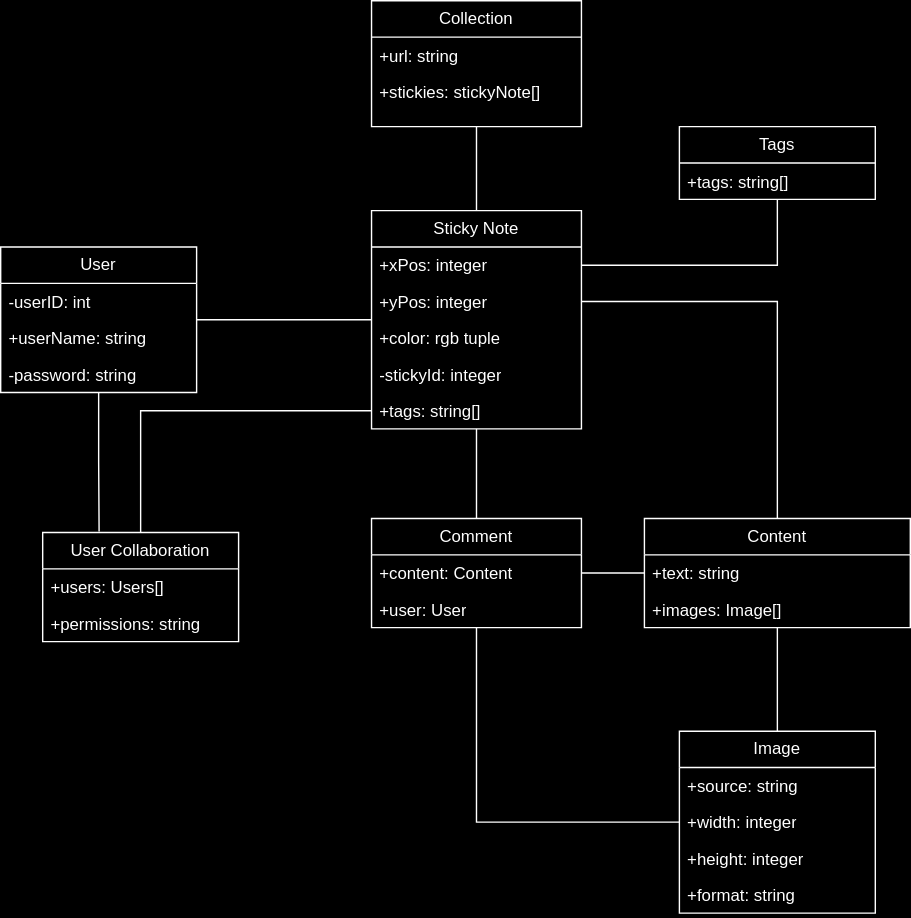
JCraghead/WebNotes keeps this draw.io diagram as markdownImages/D3classDiagram.svg. Above is the earlier version. Source tidied: cells renumbered, new cells last; positions are measured from the earlier drawing's top-left corner, leaving out a move shared by most shapes.
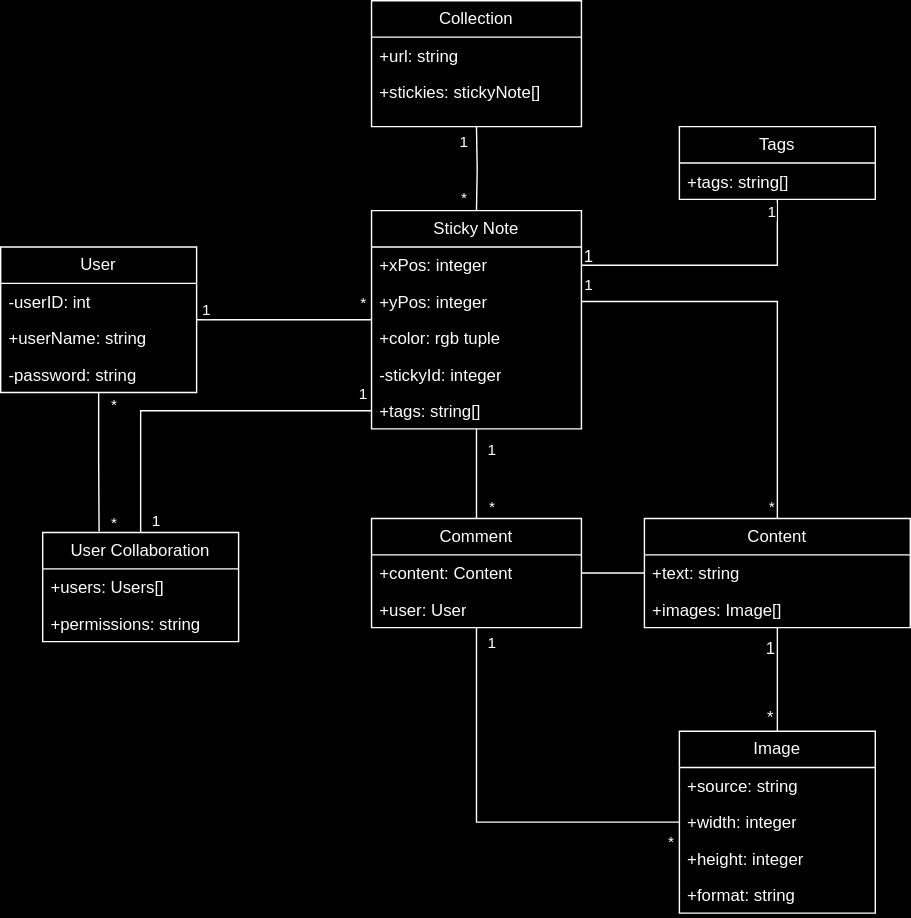
Later version of the same file.

Commit message:
Update D3 UML drawing

Change to the diagram source:
```diff
@@ -7,9 +7,29 @@
         <mxPoint x="140" y="228" as="sourcePoint" />
       </mxGeometry>
     </mxCell>
+    <mxCell id="41" value="*" style="edgeLabel;html=1;align=center;verticalAlign=middle;" parent="2" vertex="1">
+      <mxGeometry x="0.88" relative="1" as="geometry">
+        <mxPoint y="-13" as="offset" />
+      </mxGeometry>
+    </mxCell>
+    <mxCell id="42" value="1" style="edgeLabel;html=1;align=center;verticalAlign=middle;" parent="2" vertex="1">
+      <mxGeometry x="-0.9" y="2" relative="1" as="geometry">
+        <mxPoint y="-6" as="offset" />
+      </mxGeometry>
+    </mxCell>
     <mxCell id="3" style="edgeStyle=orthogonalEdgeStyle;rounded=0;jettySize=auto;html=1;entryX=0.288;entryY=-0.008;entryDx=0;entryDy=0;entryPerimeter=0;endArrow=none;endFill=0;" parent="1" edge="1" source="4" target="27">
       <mxGeometry relative="1" as="geometry" />
     </mxCell>
+    <mxCell id="43" value="*" style="edgeLabel;html=1;align=center;verticalAlign=middle;" parent="3" vertex="1">
+      <mxGeometry x="0.86" y="2" relative="1" as="geometry">
+        <mxPoint x="8" as="offset" />
+      </mxGeometry>
+    </mxCell>
+    <mxCell id="44" value="*" style="edgeLabel;html=1;align=center;verticalAlign=middle;" parent="3" vertex="1">
+      <mxGeometry x="-0.83" y="1" relative="1" as="geometry">
+        <mxPoint x="9" as="offset" />
+      </mxGeometry>
+    </mxCell>
     <mxCell id="4" value="User" style="swimlane;fontStyle=0;horizontal=1;startSize=26;fillColor=none;whiteSpace=wrap;html=1;" parent="1" vertex="1">
       <mxGeometry y="176" width="140" height="104" as="geometry" />
     </mxCell>
@@ -22,9 +42,21 @@
     <mxCell id="7" value="-password: string" style="text;strokeColor=none;fillColor=none;align=left;verticalAlign=top;spacingLeft=4;spacingRight=4;overflow=hidden;whiteSpace=wrap;html=1;" parent="4" vertex="1">
       <mxGeometry y="78" width="140" height="26" as="geometry" />
     </mxCell>
-    <mxCell id="8" style="edgeStyle=orthogonalEdgeStyle;rounded=0;jettySize=auto;html=1;entryX=0.5;entryY=0;entryDx=0;entryDy=0;endArrow=none;endFill=0;endSize=24;html=1;rounded=0;" parent="1" edge="1" source="9" target="13">
-      <mxGeometry relative="1" as="geometry" />
+    <mxCell id="8" style="edgeStyle=orthogonalEdgeStyle;rounded=0;jettySize=auto;html=1;entryX=0.5;entryY=0;entryDx=0;entryDy=0;endArrow=none;endFill=0;endSize=24;html=1;rounded=0;" parent="1" edge="1" target="13">
+      <mxGeometry relative="1" as="geometry">
+        <mxPoint x="340" y="90" as="sourcePoint" />
+      </mxGeometry>
     </mxCell>
+    <mxCell id="45" value="1" style="edgeLabel;html=1;align=center;verticalAlign=middle;" parent="8" vertex="1">
+      <mxGeometry x="-0.77" y="-2" relative="1" as="geometry">
+        <mxPoint x="-8" y="3" as="offset" />
+      </mxGeometry>
+    </mxCell>
+    <mxCell id="46" value="*" style="edgeLabel;html=1;align=center;verticalAlign=middle;" parent="8" vertex="1">
+      <mxGeometry x="0.67" y="-1" relative="1" as="geometry">
+        <mxPoint x="-9" as="offset" />
+      </mxGeometry>
+    </mxCell>
     <mxCell id="9" value="Collection" style="swimlane;fontStyle=0;horizontal=1;startSize=26;fillColor=none;whiteSpace=wrap;html=1;" parent="1" vertex="1">
       <mxGeometry x="265" width="150" height="90" as="geometry" />
     </mxCell>
@@ -37,6 +69,16 @@
     <mxCell id="12" style="edgeStyle=orthogonalEdgeStyle;rounded=0;jettySize=auto;html=1;entryX=0.5;entryY=0;entryDx=0;entryDy=0;endArrow=none;endFill=0;endSize=24;html=1;rounded=0;" parent="1" edge="1" source="13" target="24">
       <mxGeometry relative="1" as="geometry" />
     </mxCell>
+    <mxCell id="47" value="1" style="edgeLabel;html=1;align=center;verticalAlign=middle;" parent="12" vertex="1">
+      <mxGeometry x="-0.81" y="1" relative="1" as="geometry">
+        <mxPoint x="9" y="8" as="offset" />
+      </mxGeometry>
+    </mxCell>
+    <mxCell id="48" value="*" style="edgeLabel;html=1;align=center;verticalAlign=middle;" parent="12" vertex="1">
+      <mxGeometry x="0.72" y="-1" relative="1" as="geometry">
+        <mxPoint x="11" as="offset" />
+      </mxGeometry>
+    </mxCell>
     <mxCell id="13" value="Sticky Note" style="swimlane;fontStyle=0;horizontal=1;startSize=26;fillColor=none;whiteSpace=wrap;html=1;" parent="1" vertex="1">
       <mxGeometry x="265" y="150" width="150" height="156" as="geometry" />
     </mxCell>
@@ -70,6 +112,16 @@
     <mxCell id="23" style="edgeStyle=orthogonalEdgeStyle;rounded=0;jettySize=auto;html=1;entryX=0;entryY=0.5;entryDx=0;entryDy=0;endArrow=none;endFill=0;" parent="1" edge="1" source="24" target="32">
       <mxGeometry relative="1" as="geometry" />
     </mxCell>
+    <mxCell id="49" value="1" style="edgeLabel;html=1;align=center;verticalAlign=middle;" parent="23" vertex="1">
+      <mxGeometry x="-0.94" y="1" relative="1" as="geometry">
+        <mxPoint x="9" y="1" as="offset" />
+      </mxGeometry>
+    </mxCell>
+    <mxCell id="50" value="*" style="edgeLabel;html=1;align=center;verticalAlign=middle;" parent="23" vertex="1">
+      <mxGeometry x="0.95" relative="1" as="geometry">
+        <mxPoint y="13" as="offset" />
+      </mxGeometry>
+    </mxCell>
     <mxCell id="24" value="Comment" style="swimlane;fontStyle=0;horizontal=1;startSize=26;fillColor=none;whiteSpace=wrap;html=1;" parent="1" vertex="1">
       <mxGeometry x="265" y="370" width="150" height="78" as="geometry" />
     </mxCell>
@@ -112,14 +164,48 @@
     <mxCell id="37" style="edgeStyle=orthogonalEdgeStyle;rounded=0;jettySize=auto;html=1;entryX=0.5;entryY=0;entryDx=0;entryDy=0;endArrow=none;endFill=0;endSize=24;html=1;rounded=0;" parent="1" edge="1" source="15" target="20">
       <mxGeometry relative="1" as="geometry" />
     </mxCell>
+    <mxCell id="51" value="1" style="edgeLabel;html=1;align=center;verticalAlign=middle;" parent="37" vertex="1">
+      <mxGeometry x="-0.95" y="1" relative="1" as="geometry">
+        <mxPoint x="-3" y="-12" as="offset" />
+      </mxGeometry>
+    </mxCell>
+    <mxCell id="52" value="*" style="edgeLabel;html=1;align=center;verticalAlign=middle;" parent="37" vertex="1">
+      <mxGeometry x="0.96" y="-1" relative="1" as="geometry">
+        <mxPoint x="-4" y="-3" as="offset" />
+      </mxGeometry>
+    </mxCell>
     <mxCell id="38" style="edgeStyle=orthogonalEdgeStyle;rounded=0;jettySize=auto;html=1;endArrow=none;endFill=0;endSize=24;html=1;rounded=0;" parent="1" edge="1" source="14" target="35">
       <mxGeometry relative="1" as="geometry" />
     </mxCell>
+    <mxCell id="53" value="1" style="edgeLabel;html=1;align=center;verticalAlign=middle;" parent="38" vertex="1">
+      <mxGeometry x="0.9" relative="1" as="geometry">
+        <mxPoint x="-5" y="-1" as="offset" />
+      </mxGeometry>
+    </mxCell>
     <mxCell id="39" style="edgeStyle=orthogonalEdgeStyle;rounded=0;jettySize=auto;html=1;entryX=0.5;entryY=0;entryDx=0;entryDy=0;endArrow=none;endFill=0;" parent="1" edge="1" source="18" target="27">
       <mxGeometry relative="1" as="geometry" />
     </mxCell>
+    <mxCell id="54" value="1" style="edgeLabel;html=1;align=center;verticalAlign=middle;" parent="39" vertex="1">
+      <mxGeometry x="-0.94" y="-1" relative="1" as="geometry">
+        <mxPoint y="-12" as="offset" />
+      </mxGeometry>
+    </mxCell>
+    <mxCell id="55" value="1" style="edgeLabel;html=1;align=center;verticalAlign=middle;" parent="39" vertex="1">
+      <mxGeometry x="0.93" relative="1" as="geometry">
+        <mxPoint x="10" as="offset" />
+      </mxGeometry>
+    </mxCell>
     <mxCell id="40" style="edgeStyle=orthogonalEdgeStyle;rounded=0;jettySize=auto;html=1;entryX=0;entryY=0.5;entryDx=0;entryDy=0;endArrow=none;endFill=0;" parent="1" edge="1" source="25" target="21">
       <mxGeometry relative="1" as="geometry" />
     </mxCell>
+    <mxCell id="56" value="1" style="text;html=1;align=center;verticalAlign=middle;strokeColor=none;fillColor=none;" parent="1" vertex="1">
+      <mxGeometry x="405" y="168" width="30" height="30" as="geometry" />
+    </mxCell>
+    <mxCell id="57" value="1" style="text;html=1;align=center;verticalAlign=middle;strokeColor=none;fillColor=none;" parent="1" vertex="1">
+      <mxGeometry x="535" y="448" width="30" height="30" as="geometry" />
+    </mxCell>
+    <mxCell id="58" value="*" style="text;html=1;align=center;verticalAlign=middle;strokeColor=none;fillColor=none;" parent="1" vertex="1">
+      <mxGeometry x="535" y="498" width="30" height="30" as="geometry" />
+    </mxCell>
   </root>
 </mxGraphModel>
```
